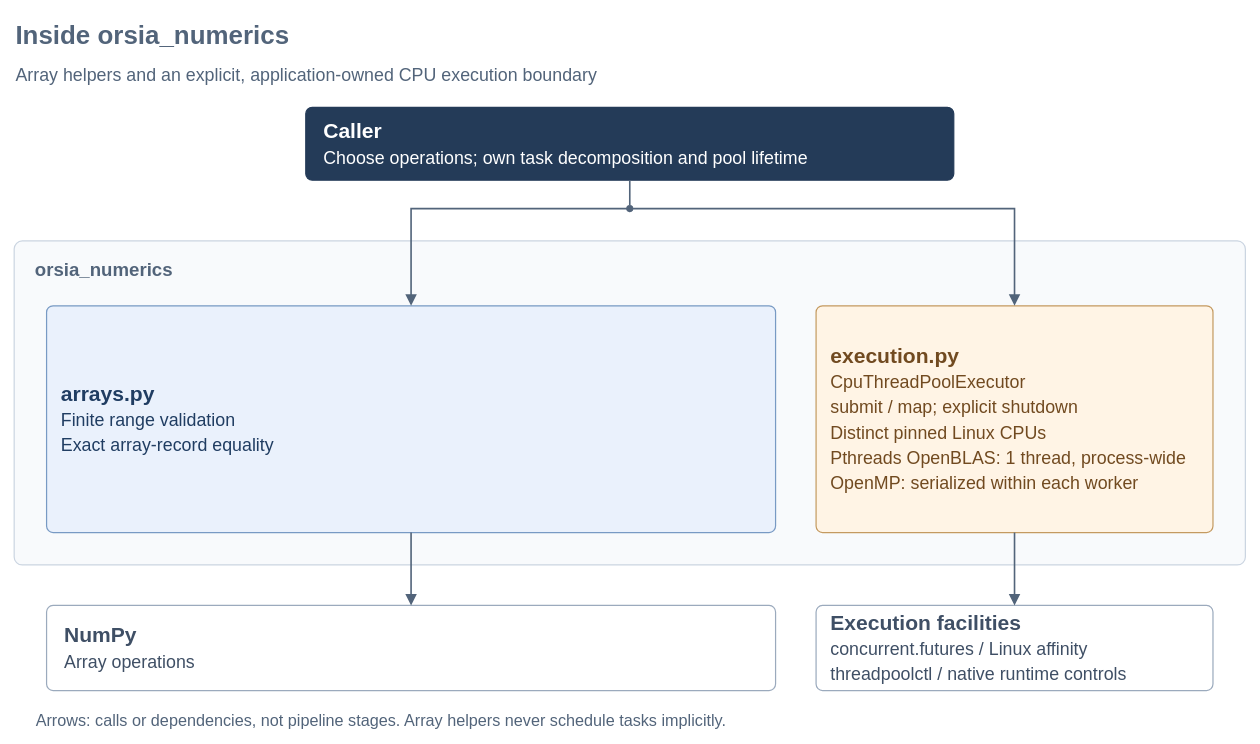
This is libs/orsia-numerics/docs/diagrams/architecture.drawio from scklab-dev/orsia, a draw.io file, before an edit. Source tidied: cells renumbered, new cells numbered last; positions are measured from the earlier drawing's top-left corner, leaving out a move shared by most shapes. Both pictures are drawn from the tidied source at 81%, with x=0, y=0 at pixel (14, 14).
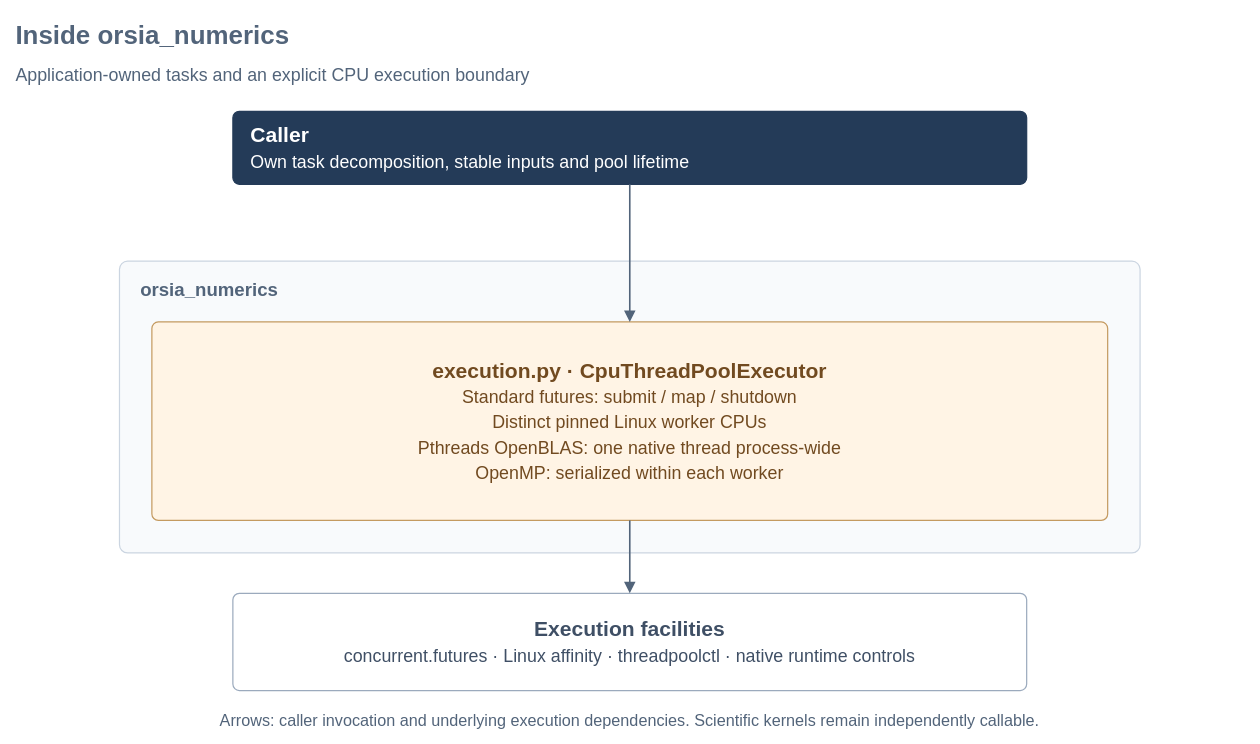
Above is the later version.

Diff of the diagram source:
```diff
@@
 <mxGraphModel background="#FFFFFF">
   <root>
     <mxCell id="0" />
     <mxCell id="1" parent="0" />
     <mxCell id="2" value="Inside orsia_numerics" style="text;html=0;align=left;verticalAlign=middle;fontFamily=Helvetica;fontSize=32;fontStyle=1;fontColor=#52647A;fillColor=none;strokeColor=none;" parent="1" vertex="1">
       <mxGeometry width="1500" height="45" as="geometry" />
     </mxCell>
-    <mxCell id="3" value="Array helpers and an explicit, application-owned CPU execution boundary" style="text;html=0;align=left;verticalAlign=middle;fontFamily=Helvetica;fontSize=22;fontStyle=0;fontColor=#52647A;fillColor=none;strokeColor=none;" parent="1" vertex="1">
+    <mxCell id="3" value="Application-owned tasks and an explicit CPU execution boundary" style="text;html=0;align=left;verticalAlign=middle;fontFamily=Helvetica;fontSize=22;fontStyle=0;fontColor=#52647A;fillColor=none;strokeColor=none;" parent="1" vertex="1">
       <mxGeometry y="55" width="1500" height="35" as="geometry" />
     </mxCell>
-    <mxCell id="4" value="&lt;b&gt;Caller&lt;/b&gt;&lt;br&gt;&lt;span style=&quot;font-size:22px&quot;&gt;Choose operations; own task decomposition and pool lifetime&lt;/span&gt;" style="rounded=1;absoluteArcSize=1;arcSize=16;whiteSpace=wrap;html=1;align=left;verticalAlign=middle;spacing=22;fontFamily=Helvetica;fontSize=26;fontColor=#FFFFFF;fillColor=#243B58;strokeColor=#243B58;strokeWidth=1.5;" parent="1" vertex="1">
-      <mxGeometry x="360" y="115" width="800" height="90" as="geometry" />
+    <mxCell id="4" value="&lt;b&gt;Caller&lt;/b&gt;&lt;br&gt;&lt;span style=&quot;font-size:22px&quot;&gt;Own task decomposition, stable inputs and pool lifetime&lt;/span&gt;" style="rounded=1;absoluteArcSize=1;arcSize=16;whiteSpace=wrap;html=1;align=left;verticalAlign=middle;spacing=22;fontFamily=Helvetica;fontSize=26;fontColor=#FFFFFF;fillColor=#243B58;strokeColor=#243B58;strokeWidth=1.5;" parent="1" vertex="1">
+      <mxGeometry x="270" y="120" width="980" height="90" as="geometry" />
     </mxCell>
     <mxCell id="5" value="orsia_numerics" style="rounded=1;absoluteArcSize=1;arcSize=20;whiteSpace=wrap;html=0;align=left;verticalAlign=top;spacingLeft=24;spacingTop=16;fontFamily=Helvetica;fontSize=23;fontStyle=1;fontColor=#52647A;fillColor=#F8FAFC;strokeColor=#CBD5E1;strokeWidth=1.5;" parent="1" vertex="1">
-      <mxGeometry y="280" width="1520" height="400" as="geometry" />
+      <mxGeometry x="130" y="305" width="1260" height="360" as="geometry" />
     </mxCell>
-    <mxCell id="6" value="&lt;b&gt;arrays.py&lt;/b&gt;&lt;br&gt;&lt;span style=&quot;font-size:22px&quot;&gt;Finite range validation&lt;br&gt;Exact array-record equality&lt;/span&gt;" style="rounded=1;absoluteArcSize=1;arcSize=16;whiteSpace=wrap;html=1;align=left;verticalAlign=middle;spacing=18;fontFamily=Helvetica;fontSize=26;fontColor=#203D62;fillColor=#EAF1FC;strokeColor=#789AC4;strokeWidth=1.5;" parent="5" vertex="1">
-      <mxGeometry x="40" y="80" width="900" height="280" as="geometry" />
-    </mxCell>
-    <mxCell id="7" value="&lt;b&gt;execution.py&lt;/b&gt;&lt;br&gt;&lt;span style=&quot;font-size:22px&quot;&gt;CpuThreadPoolExecutor&lt;br&gt;submit / map; explicit shutdown&lt;br&gt;Distinct pinned Linux CPUs&lt;br&gt;Pthreads OpenBLAS: 1 thread, process-wide&lt;br&gt;OpenMP: serialized within each worker&lt;/span&gt;" style="rounded=1;absoluteArcSize=1;arcSize=16;whiteSpace=wrap;html=1;align=left;verticalAlign=middle;spacing=18;fontFamily=Helvetica;fontSize=26;fontColor=#714A20;fillColor=#FFF4E5;strokeColor=#C49A60;strokeWidth=1.5;" parent="5" vertex="1">
-      <mxGeometry x="990" y="80" width="490" height="280" as="geometry" />
+    <mxCell id="7" value="&lt;b&gt;execution.py · CpuThreadPoolExecutor&lt;/b&gt;&lt;br&gt;&lt;span style=&quot;font-size:22px&quot;&gt;Standard futures: submit / map / shutdown&lt;br&gt;Distinct pinned Linux worker CPUs&lt;br&gt;Pthreads OpenBLAS: one native thread process-wide&lt;br&gt;OpenMP: serialized within each worker&lt;/span&gt;" style="rounded=1;absoluteArcSize=1;arcSize=16;whiteSpace=wrap;html=1;align=center;verticalAlign=middle;spacing=22;fontFamily=Helvetica;fontSize=26;fontColor=#714A20;fillColor=#FFF4E5;strokeColor=#C49A60;strokeWidth=1.5;" parent="5" vertex="1">
+      <mxGeometry x="40" y="75" width="1180" height="245" as="geometry" />
     </mxCell>
-    <mxCell id="8" value="&lt;b&gt;NumPy&lt;/b&gt;&lt;br&gt;&lt;span style=&quot;font-size:22px&quot;&gt;Array operations&lt;/span&gt;" style="rounded=1;absoluteArcSize=1;arcSize=16;whiteSpace=wrap;html=1;align=left;verticalAlign=middle;spacing=22;fontFamily=Helvetica;fontSize=26;fontColor=#3F4F65;fillColor=#FFFFFF;strokeColor=#9BAABD;strokeWidth=1.5;" parent="1" vertex="1">
-      <mxGeometry x="40" y="730" width="900" height="105" as="geometry" />
-    </mxCell>
-    <mxCell id="9" value="&lt;b&gt;Execution facilities&lt;/b&gt;&lt;br&gt;&lt;span style=&quot;font-size:22px&quot;&gt;concurrent.futures / Linux affinity&lt;br&gt;threadpoolctl / native runtime controls&lt;/span&gt;" style="rounded=1;absoluteArcSize=1;arcSize=16;whiteSpace=wrap;html=1;align=left;verticalAlign=middle;spacing=18;fontFamily=Helvetica;fontSize=26;fontColor=#3F4F65;fillColor=#FFFFFF;strokeColor=#9BAABD;strokeWidth=1.5;" parent="1" vertex="1">
-      <mxGeometry x="990" y="730" width="490" height="105" as="geometry" />
+    <mxCell id="9" value="&lt;b&gt;Execution facilities&lt;/b&gt;&lt;br&gt;&lt;span style=&quot;font-size:22px&quot;&gt;concurrent.futures · Linux affinity · threadpoolctl · native runtime controls&lt;/span&gt;" style="rounded=1;absoluteArcSize=1;arcSize=16;whiteSpace=wrap;html=1;align=center;verticalAlign=middle;spacing=20;fontFamily=Helvetica;fontSize=26;fontColor=#3F4F65;fillColor=#FFFFFF;strokeColor=#9BAABD;strokeWidth=1.5;" parent="1" vertex="1">
+      <mxGeometry x="270" y="715" width="980" height="120" as="geometry" />
     </mxCell>
-    <mxCell id="10" style="ellipse;html=0;fillColor=#52647A;strokeColor=#52647A;fontColor=#52647A;" parent="1" vertex="1">
-      <mxGeometry x="756" y="236" width="8" height="8" as="geometry" />
-    </mxCell>
-    <mxCell id="11" style="edgeStyle=orthogonalEdgeStyle;rounded=0;html=0;exitX=0.5;exitY=1;entryX=0.5;entryY=0;endArrow=none;endFill=1;endSize=9;strokeWidth=2;strokeColor=#52647A;fontColor=#52647A;fillColor=none;dashed=0;" parent="1" edge="1" source="4" target="10">
-      <mxGeometry relative="1" as="geometry" />
-    </mxCell>
-    <mxCell id="12" style="edgeStyle=orthogonalEdgeStyle;rounded=0;html=0;exitX=0.5;exitY=1;entryX=0.5;entryY=0;endArrow=block;endFill=1;endSize=9;strokeWidth=2;strokeColor=#52647A;fontColor=#52647A;fillColor=none;dashed=0;" parent="1" edge="1" source="10" target="6">
-      <mxGeometry relative="1" as="geometry">
-        <Array as="points">
-          <mxPoint x="490" y="240" />
-        </Array>
-      </mxGeometry>
-    </mxCell>
-    <mxCell id="13" style="edgeStyle=orthogonalEdgeStyle;rounded=0;html=0;exitX=0.5;exitY=1;entryX=0.5;entryY=0;endArrow=block;endFill=1;endSize=9;strokeWidth=2;strokeColor=#52647A;fontColor=#52647A;fillColor=none;dashed=0;" parent="1" edge="1" source="6" target="8">
-      <mxGeometry relative="1" as="geometry" />
-    </mxCell>
-    <mxCell id="14" style="edgeStyle=orthogonalEdgeStyle;rounded=0;html=0;exitX=0.5;exitY=1;entryX=0.5;entryY=0;endArrow=block;endFill=1;endSize=9;strokeWidth=2;strokeColor=#52647A;fontColor=#52647A;fillColor=none;dashed=0;" parent="1" edge="1" source="10" target="7">
-      <mxGeometry relative="1" as="geometry">
-        <Array as="points">
-          <mxPoint x="1235" y="240" />
-        </Array>
-      </mxGeometry>
-    </mxCell>
+    <mxCell id="17" style="edgeStyle=orthogonalEdgeStyle;rounded=0;html=0;exitX=0.5;exitY=1;entryX=0.5;entryY=0;endArrow=block;endFill=1;endSize=9;strokeWidth=2;strokeColor=#52647A;fontColor=#52647A;fillColor=none;dashed=0;" parent="1" edge="1" source="4" target="7">
+      <mxGeometry relative="1" as="geometry" />
+    </mxCell>
     <mxCell id="15" style="edgeStyle=orthogonalEdgeStyle;rounded=0;html=0;exitX=0.5;exitY=1;entryX=0.5;entryY=0;endArrow=block;endFill=1;endSize=9;strokeWidth=2;strokeColor=#52647A;fontColor=#52647A;fillColor=none;dashed=0;" parent="1" edge="1" source="7" target="9">
       <mxGeometry relative="1" as="geometry" />
     </mxCell>
-    <mxCell id="16" value="Arrows: calls or dependencies, not pipeline stages. Array helpers never schedule tasks implicitly." style="text;html=0;align=left;verticalAlign=middle;fontFamily=Helvetica;fontSize=20;fontStyle=0;fontColor=#52647A;fillColor=none;strokeColor=none;" parent="1" vertex="1">
-      <mxGeometry x="25" y="855" width="1460" height="30" as="geometry" />
+    <mxCell id="16" value="Arrows: caller invocation and underlying execution dependencies. Scientific kernels remain independently callable." style="text;html=0;align=center;verticalAlign=middle;fontFamily=Helvetica;fontSize=20;fontStyle=0;fontColor=#52647A;fillColor=none;strokeColor=none;" parent="1" vertex="1">
+      <mxGeometry x="100" y="855" width="1320" height="30" as="geometry" />
     </mxCell>
   </root>
 </mxGraphModel>
```
